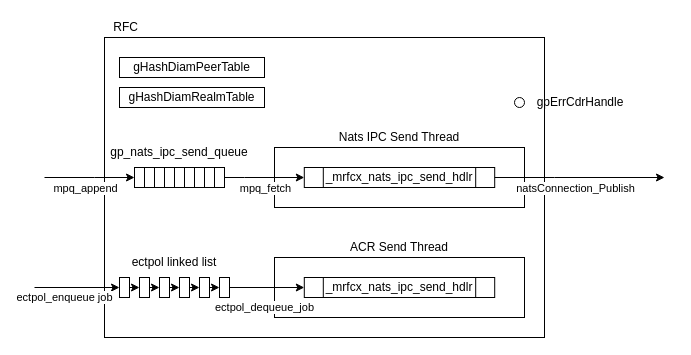
JaeHyeon774/NEWTIL keeps this draw.io diagram as RFC.drawio. Above is the earlier version. Source tidied: cells renumbered, new cells numbered last; positions are measured from the earlier drawing's top-left corner, leaving out a move shared by most shapes. Both pictures are drawn from the tidied source at 100%, with x=0, y=0 at pixel (34, 17).
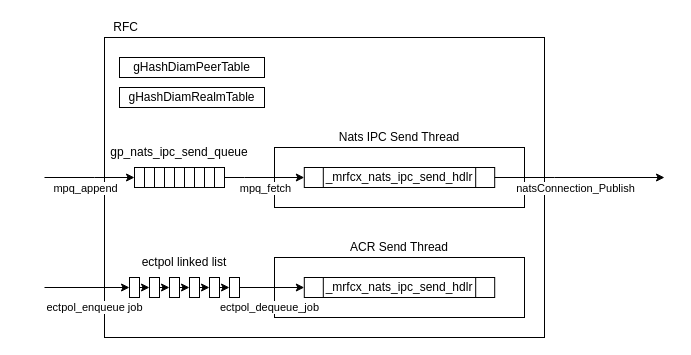
After the change.

The change refers to these unchanged cells:
```xml
<mxCell id="37" style="rounded=0;whiteSpace=wrap;html=1;" parent="35" vertex="1">
  <mxGeometry x="15" y="20" width="10" height="20" as="geometry" />
</mxCell>
```

Change to the diagram source:
```diff
@@
-    <mxCell id="25" style="group;" parent="1" vertex="1">
-      <mxGeometry x="480" y="80" width="120" height="10" as="geometry" />
-    </mxCell>
-    <mxCell id="26" style="ellipse;whiteSpace=wrap;html=1;" parent="25" vertex="1">
-      <mxGeometry width="10" height="10" as="geometry" />
-    </mxCell>
-    <mxCell id="27" value="gpErrCdrHandle" style="text;html=1;align=center;verticalAlign=middle;whiteSpace=wrap;rounded=0;" parent="25" vertex="1">
-      <mxGeometry x="12" width="108" height="10" as="geometry" />
-    </mxCell>
@@
     <mxCell id="35" style="group;" parent="1" vertex="1">
-      <mxGeometry x="70" y="240" width="140" height="40" as="geometry" />
+      <mxGeometry x="80" y="240" width="140" height="40" as="geometry" />
     </mxCell>
@@
     <mxCell id="48" value="ectpol_enqueue job" style="endArrow=classic;html=1;rounded=0;entryX=0;entryY=0.5;entryDx=0;entryDy=0;exitX=0;exitY=0.5;exitDx=0;exitDy=0;" parent="35" edge="1" target="37">
-      <mxGeometry x="-0.29" y="-10" relative="1" as="geometry">
+      <mxGeometry x="0.18" y="-20" relative="1" as="geometry">
         <mxPoint x="-70" y="30" as="sourcePoint" />
       </mxGeometry>
     </mxCell>
```
